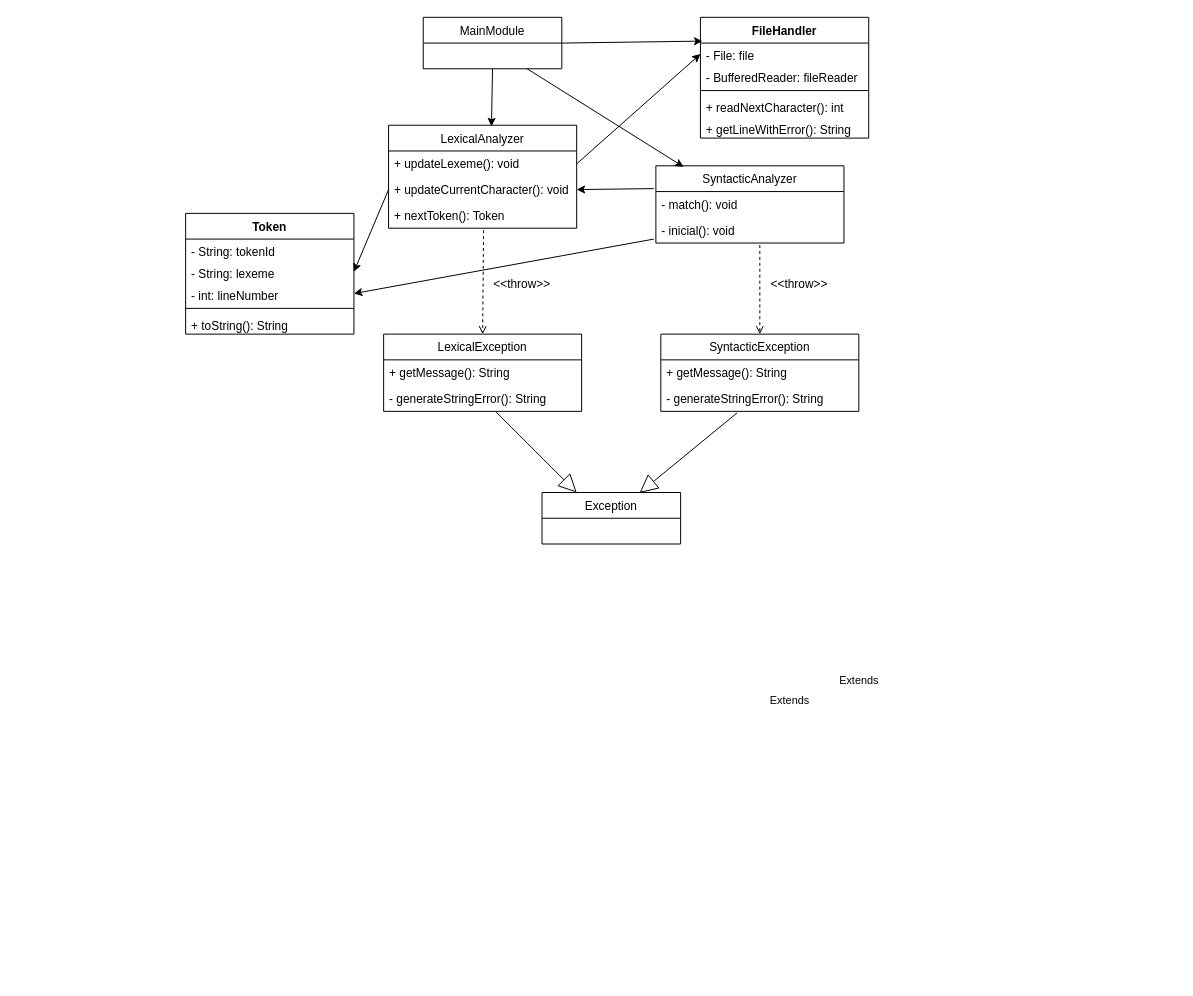
Earlier version of the draw.io diagram CeI - Diagrama de clases etapa 1 .drawio (andresaguilar8/Compilador). Source tidied: cells renumbered, new cells numbered last; positions are measured from the earlier drawing's top-left corner, leaving out a move shared by most shapes. Both pictures are drawn from the tidied source at 99%, with x=0, y=0 at pixel (185, 17).
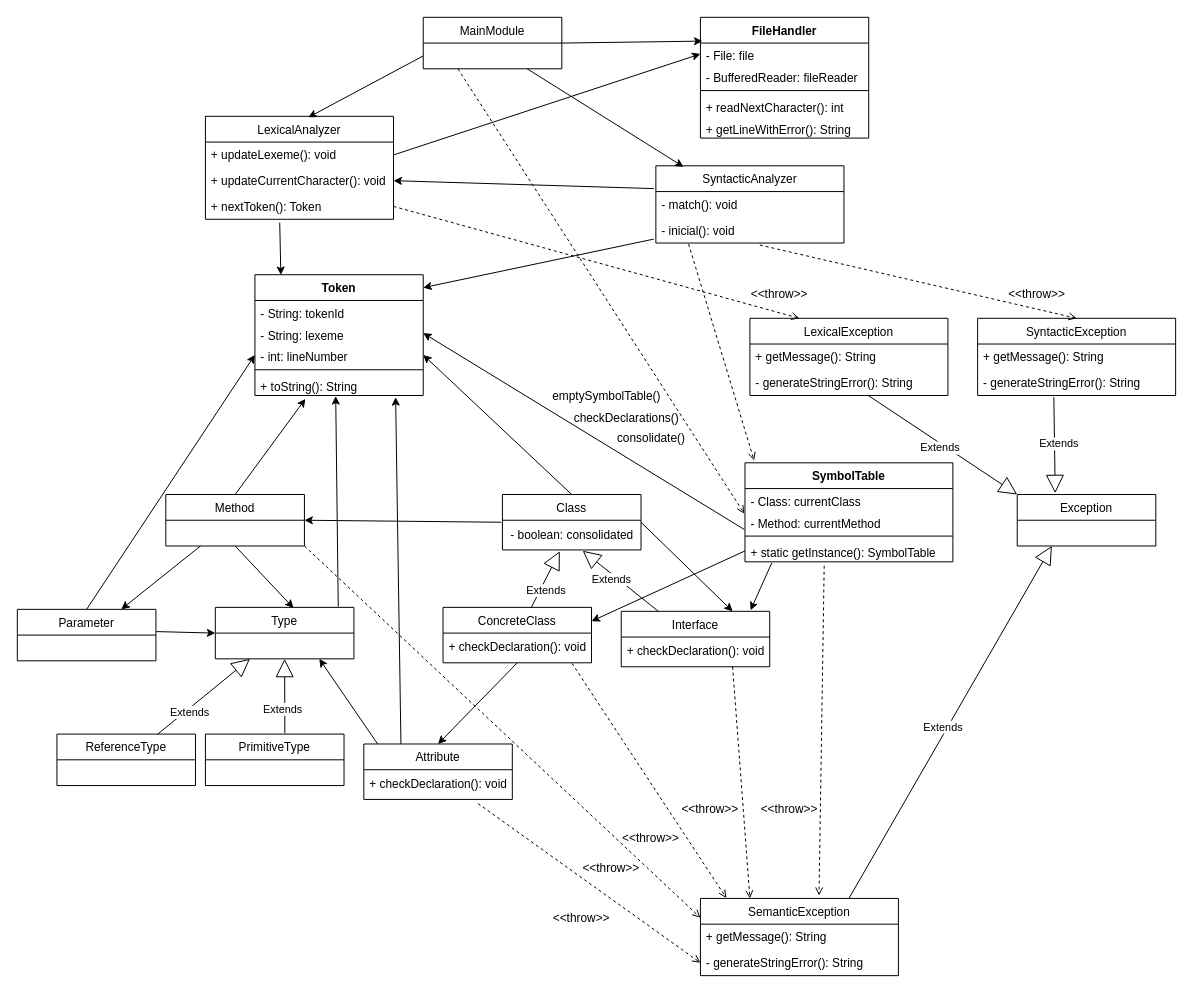
After the change.

The change refers to these unchanged cells:
```xml
<mxCell id="12" value="- String: lexeme" style="text;strokeColor=none;fillColor=none;align=left;verticalAlign=top;spacingLeft=4;spacingRight=4;overflow=hidden;points=[[0,0.5],[1,0.5]];portConstraint=eastwest;" parent="10" vertex="1">
  <mxGeometry y="48" width="170" height="22" as="geometry" />
</mxCell>
<mxCell id="13" value="- int: lineNumber" style="text;strokeColor=none;fillColor=none;align=left;verticalAlign=top;spacingLeft=4;spacingRight=4;overflow=hidden;points=[[0,0.5],[1,0.5]];portConstraint=eastwest;" parent="10" vertex="1">
  <mxGeometry y="70" width="170" height="22" as="geometry" />
</mxCell>
<mxCell id="15" value="+ toString(): String" style="text;strokeColor=none;fillColor=none;align=left;verticalAlign=top;spacingLeft=4;spacingRight=4;overflow=hidden;points=[[0,0.5],[1,0.5]];portConstraint=eastwest;" parent="10" vertex="1">
  <mxGeometry y="100" width="170" height="22" as="geometry" />
</mxCell>
<mxCell id="16" value="MainModule" style="swimlane;fontStyle=0;horizontal=1;startSize=26;fillColor=none;" parent="1" vertex="1">
  <mxGeometry x="240" width="140" height="52" as="geometry" />
</mxCell>
<mxCell id="22" value="- generateStringError(): String" style="text;strokeColor=none;fillColor=none;align=left;verticalAlign=top;spacingLeft=4;spacingRight=4;overflow=hidden;points=[[0,0.5],[1,0.5]];portConstraint=eastwest;" parent="20" vertex="1">
  <mxGeometry y="52" width="200" height="26" as="geometry" />
</mxCell>
<mxCell id="25" value="+ updateCurrentCharacter(): void" style="text;strokeColor=none;fillColor=none;align=left;verticalAlign=top;spacingLeft=4;spacingRight=4;overflow=hidden;points=[[0,0.5],[1,0.5]];portConstraint=eastwest;" parent="23" vertex="1">
  <mxGeometry y="52" width="190" height="26" as="geometry" />
</mxCell>
<mxCell id="26" value="+ nextToken(): Token" style="text;strokeColor=none;fillColor=none;align=left;verticalAlign=top;spacingLeft=4;spacingRight=4;overflow=hidden;points=[[0,0.5],[1,0.5]];portConstraint=eastwest;" parent="23" vertex="1">
  <mxGeometry y="78" width="190" height="26" as="geometry" />
</mxCell>
<mxCell id="31" value="- inicial(): void" style="text;strokeColor=none;fillColor=none;align=left;verticalAlign=top;spacingLeft=4;spacingRight=4;overflow=hidden;points=[[0,0.5],[1,0.5]];portConstraint=eastwest;" parent="29" vertex="1">
  <mxGeometry y="52" width="190" height="26" as="geometry" />
</mxCell>
<mxCell id="36" value="- generateStringError(): String" style="text;strokeColor=none;fillColor=none;align=left;verticalAlign=top;spacingLeft=4;spacingRight=4;overflow=hidden;points=[[0,0.5],[1,0.5]];portConstraint=eastwest;" parent="34" vertex="1">
  <mxGeometry y="52" width="200" height="26" as="geometry" />
</mxCell>
```

The edit, as a diff of the source:
```diff
@@
-    <mxCell id="9" style="endArrow=classic;html=1;rounded=0;exitX=0.5;exitY=1;exitDx=0;exitDy=0;entryX=0.547;entryY=0.01;entryDx=0;entryDy=0;entryPerimeter=0;" parent="1" edge="1" source="16" target="23">
+    <mxCell id="9" style="endArrow=classic;html=1;rounded=0;exitX=0;exitY=0.75;exitDx=0;exitDy=0;entryX=0.547;entryY=0.01;entryDx=0;entryDy=0;entryPerimeter=0;" parent="1" edge="1" source="16" target="23">
       <mxGeometry relative="1" as="geometry" />
     </mxCell>
     <mxCell id="10" value="Token" style="swimlane;fontStyle=1;align=center;verticalAlign=top;horizontal=1;startSize=26;" parent="1" vertex="1">
-      <mxGeometry y="198" width="170" height="122" as="geometry" />
+      <mxGeometry x="70" y="260" width="170" height="122" as="geometry" />
     </mxCell>
@@
     <mxCell id="17" value="Exception" style="swimlane;fontStyle=0;horizontal=1;startSize=26;fillColor=none;" parent="1" vertex="1">
-      <mxGeometry x="360" y="480" width="140" height="52" as="geometry" />
+      <mxGeometry x="840" y="482" width="140" height="52" as="geometry" />
     </mxCell>
-    <mxCell id="18" style="endArrow=open;dashed=1;html=1;entryX=0.5;entryY=0;entryDx=0;entryDy=0;exitX=0.505;exitY=1.077;exitDx=0;exitDy=0;exitPerimeter=0;" parent="1" edge="1" source="26" target="20">
+    <mxCell id="18" style="endArrow=open;dashed=1;html=1;entryX=0.25;entryY=0;entryDx=0;entryDy=0;exitX=1;exitY=0.5;exitDx=0;exitDy=0;" parent="1" edge="1" source="26" target="20">
       <mxGeometry relative="1" as="geometry" />
     </mxCell>
     <mxCell id="19" value="&amp;lt;&amp;lt;throw&amp;gt;&amp;gt;" style="text;html=1;strokeColor=none;fillColor=none;align=center;verticalAlign=middle;whiteSpace=wrap;rounded=0;" parent="1" vertex="1">
-      <mxGeometry x="320" y="260" width="40" height="20" as="geometry" />
+      <mxGeometry x="580" y="270" width="40" height="20" as="geometry" />
     </mxCell>
     <mxCell id="20" value="LexicalException" style="swimlane;fontStyle=0;horizontal=1;startSize=26;fillColor=none;" parent="1" vertex="1">
-      <mxGeometry x="200" y="320" width="200" height="78" as="geometry" />
+      <mxGeometry x="570" y="304" width="200" height="78" as="geometry" />
     </mxCell>
@@
     <mxCell id="23" value="LexicalAnalyzer" style="swimlane;fontStyle=0;horizontal=1;startSize=26;fillColor=none;" parent="1" vertex="1">
-      <mxGeometry x="205" y="109" width="190" height="104" as="geometry" />
+      <mxGeometry x="20" y="100" width="190" height="104" as="geometry" />
     </mxCell>
@@
-    <mxCell id="27" style="endArrow=classic;html=1;rounded=0;exitX=0;exitY=0.5;exitDx=0;exitDy=0;entryX=1;entryY=0.5;entryDx=0;entryDy=0;" parent="1" edge="1" source="25" target="12">
+    <mxCell id="27" style="endArrow=classic;html=1;rounded=0;exitX=0.395;exitY=1.127;exitDx=0;exitDy=0;entryX=0.154;entryY=0.002;entryDx=0;entryDy=0;exitPerimeter=0;entryPerimeter=0;" parent="1" edge="1" source="26" target="10">
       <mxGeometry relative="1" as="geometry" />
     </mxCell>
@@
     <mxCell id="34" value="SyntacticException" style="swimlane;fontStyle=0;horizontal=1;startSize=26;fillColor=none;" parent="1" vertex="1">
-      <mxGeometry x="480" y="320" width="200" height="78" as="geometry" />
+      <mxGeometry x="800" y="304" width="200" height="78" as="geometry" />
     </mxCell>
@@
     <mxCell id="37" value="&amp;lt;&amp;lt;throw&amp;gt;&amp;gt;" style="text;html=1;strokeColor=none;fillColor=none;align=center;verticalAlign=middle;whiteSpace=wrap;rounded=0;" parent="1" vertex="1">
-      <mxGeometry x="600" y="260" width="40" height="20" as="geometry" />
+      <mxGeometry x="840" y="270" width="40" height="20" as="geometry" />
     </mxCell>
-    <mxCell id="38" value="Extends" style="endArrow=block;endSize=16;endFill=0;html=1;exitX=0.385;exitY=1.062;exitDx=0;exitDy=0;exitPerimeter=0;entryX=0.704;entryY=0.007;entryDx=0;entryDy=0;entryPerimeter=0;" parent="1" edge="1" source="36" target="17">
-      <mxGeometry x="1" y="259" relative="1" as="geometry">
-        <mxPoint x="-13" y="10" as="offset" />
-      </mxGeometry>
+    <mxCell id="38" value="Extends" style="endArrow=block;endSize=16;endFill=0;html=1;exitX=0.385;exitY=1.062;exitDx=0;exitDy=0;exitPerimeter=0;entryX=0.274;entryY=-0.026;entryDx=0;entryDy=0;entryPerimeter=0;" parent="1" edge="1" source="36" target="17">
+      <mxGeometry x="-0.04" y="4" relative="1" as="geometry" />
     </mxCell>
-    <mxCell id="39" value="Extends" style="endArrow=block;endSize=16;endFill=0;html=1;entryX=0.25;entryY=0;entryDx=0;entryDy=0;" parent="1" edge="1" source="22" target="17">
-      <mxGeometry x="1" y="343" relative="1" as="geometry">
-        <mxPoint x="42" y="433" as="offset" />
-      </mxGeometry>
+    <mxCell id="39" value="Extends" style="endArrow=block;endSize=16;endFill=0;html=1;entryX=0;entryY=0;entryDx=0;entryDy=0;" parent="1" edge="1" source="22" target="17">
+      <mxGeometry y="-4" relative="1" as="geometry" />
     </mxCell>
@@
-    <mxCell id="41" style="endArrow=classic;html=1;rounded=0;exitX=-0.011;exitY=0.846;exitDx=0;exitDy=0;exitPerimeter=0;entryX=1;entryY=0.5;entryDx=0;entryDy=0;" parent="1" edge="1" source="31" target="13">
+    <mxCell id="41" style="endArrow=classic;html=1;rounded=0;exitX=-0.011;exitY=0.846;exitDx=0;exitDy=0;exitPerimeter=0;entryX=1;entryY=0.107;entryDx=0;entryDy=0;entryPerimeter=0;" parent="1" edge="1" source="31" target="10">
       <mxGeometry relative="1" as="geometry" />
     </mxCell>
+    <mxCell id="42" value="Attribute" style="swimlane;fontStyle=0;horizontal=1;startSize=26;fillColor=none;" parent="1" vertex="1">
+      <mxGeometry x="180" y="734" width="150" height="56" as="geometry" />
+    </mxCell>
+    <mxCell id="43" value="+ checkDeclaration(): void" style="text;html=1;align=center;verticalAlign=middle;points=[];strokeColor=none;fillColor=none;" parent="42" vertex="1">
+      <mxGeometry y="26" width="150" height="30" as="geometry" />
+    </mxCell>
+    <mxCell id="44" value="ConcreteClass" style="swimlane;fontStyle=0;horizontal=1;startSize=26;fillColor=none;" parent="1" vertex="1">
+      <mxGeometry x="260" y="596" width="150" height="56" as="geometry" />
+    </mxCell>
+    <mxCell id="45" value="+ checkDeclaration(): void" style="text;html=1;align=center;verticalAlign=middle;points=[];strokeColor=none;fillColor=none;" parent="44" vertex="1">
+      <mxGeometry y="26" width="150" height="30" as="geometry" />
+    </mxCell>
+    <mxCell id="46" value="Interface" style="swimlane;fontStyle=0;horizontal=1;startSize=26;fillColor=none;" parent="1" vertex="1">
+      <mxGeometry x="440" y="600" width="150" height="56" as="geometry" />
+    </mxCell>
+    <mxCell id="47" value="+ checkDeclaration(): void" style="text;html=1;align=center;verticalAlign=middle;strokeColor=none;fillColor=none;" parent="46" vertex="1">
+      <mxGeometry y="26" width="150" height="30" as="geometry" />
+    </mxCell>
+    <mxCell id="48" value="Class" style="swimlane;fontStyle=0;horizontal=1;startSize=26;fillColor=none;" parent="1" vertex="1">
+      <mxGeometry x="320" y="482" width="140" height="56" as="geometry" />
+    </mxCell>
+    <mxCell id="49" value="- boolean: consolidated" style="text;html=1;align=center;verticalAlign=middle;points=[];strokeColor=none;fillColor=none;" parent="48" vertex="1">
+      <mxGeometry y="26" width="140" height="30" as="geometry" />
+    </mxCell>
+    <mxCell id="50" value="Extends" style="endArrow=block;endSize=16;endFill=0;html=1;entryX=0.414;entryY=1.043;entryDx=0;entryDy=0;entryPerimeter=0;" parent="1" edge="1" source="44" target="49">
+      <mxGeometry x="-0.31" y="-5" relative="1" as="geometry" />
+    </mxCell>
+    <mxCell id="51" value="Extends" style="endArrow=block;endSize=16;endFill=0;html=1;exitX=0.25;exitY=0;exitDx=0;exitDy=0;entryX=0.579;entryY=1.027;entryDx=0;entryDy=0;entryPerimeter=0;" parent="1" edge="1" source="46" target="49">
+      <mxGeometry x="0.16" y="5" relative="1" as="geometry" />
+    </mxCell>
+    <mxCell id="52" value="Parameter" style="swimlane;fontStyle=0;horizontal=1;startSize=26;fillColor=none;" parent="1" vertex="1">
+      <mxGeometry x="-170" y="598" width="140" height="52" as="geometry" />
+    </mxCell>
+    <mxCell id="53" value="ReferenceType" style="swimlane;fontStyle=0;horizontal=1;startSize=26;fillColor=none;" parent="1" vertex="1">
+      <mxGeometry x="-130" y="724" width="140" height="52" as="geometry" />
+    </mxCell>
+    <mxCell id="54" value="PrimitiveType" style="swimlane;fontStyle=0;horizontal=1;startSize=26;fillColor=none;" parent="1" vertex="1">
+      <mxGeometry x="20" y="724" width="140" height="52" as="geometry" />
+    </mxCell>
+    <mxCell id="55" value="Type" style="swimlane;fontStyle=0;horizontal=1;startSize=26;fillColor=none;" parent="1" vertex="1">
+      <mxGeometry x="30" y="596" width="140" height="52" as="geometry" />
+    </mxCell>
+    <mxCell id="56" value="Extends" style="endArrow=block;endSize=16;endFill=0;html=1;entryX=0.25;entryY=1;entryDx=0;entryDy=0;" parent="1" edge="1" source="53" target="55">
+      <mxGeometry x="-0.35" y="-3" relative="1" as="geometry" />
+    </mxCell>
+    <mxCell id="57" value="Extends" style="endArrow=block;endSize=16;endFill=0;html=1;exitX=0.573;exitY=-0.022;exitDx=0;exitDy=0;entryX=0.5;entryY=1;entryDx=0;entryDy=0;exitPerimeter=0;" parent="1" edge="1" source="54" target="55">
+      <mxGeometry x="-0.36" y="2" relative="1" as="geometry" />
+    </mxCell>
+    <mxCell id="58" style="endArrow=classic;html=1;rounded=0;exitX=-0.008;exitY=0.067;exitDx=0;exitDy=0;exitPerimeter=0;entryX=1;entryY=0.5;entryDx=0;entryDy=0;" parent="1" edge="1" source="49" target="61">
+      <mxGeometry relative="1" as="geometry" />
+    </mxCell>
+    <mxCell id="59" style="endArrow=classic;html=1;rounded=0;entryX=0.5;entryY=0;entryDx=0;entryDy=0;exitX=0.5;exitY=1;exitDx=0;exitDy=0;" parent="1" edge="1" source="44" target="42">
+      <mxGeometry relative="1" as="geometry" />
+    </mxCell>
+    <mxCell id="60" style="endArrow=classic;html=1;rounded=0;entryX=0.75;entryY=0;entryDx=0;entryDy=0;exitX=1;exitY=0.5;exitDx=0;exitDy=0;" parent="1" edge="1" source="48" target="46">
+      <mxGeometry relative="1" as="geometry" />
+    </mxCell>
+    <mxCell id="61" value="Method" style="swimlane;fontStyle=0;horizontal=1;startSize=26;fillColor=none;" parent="1" vertex="1">
+      <mxGeometry x="-20" y="482" width="140" height="52" as="geometry" />
+    </mxCell>
+    <mxCell id="62" style="endArrow=classic;html=1;rounded=0;exitX=-0.003;exitY=0.879;exitDx=0;exitDy=0;entryX=1;entryY=0.5;entryDx=0;entryDy=0;exitPerimeter=0;" parent="1" edge="1" source="78" target="12">
+      <mxGeometry relative="1" as="geometry" />
+    </mxCell>
+    <mxCell id="63" style="endArrow=classic;html=1;rounded=0;exitX=0.5;exitY=0;exitDx=0;exitDy=0;entryX=0.3;entryY=1.156;entryDx=0;entryDy=0;entryPerimeter=0;" parent="1" edge="1" source="61" target="15">
+      <mxGeometry relative="1" as="geometry" />
+    </mxCell>
+    <mxCell id="64" value="SemanticException" style="swimlane;fontStyle=0;horizontal=1;startSize=26;fillColor=none;" parent="1" vertex="1">
+      <mxGeometry x="520" y="890" width="200" height="78" as="geometry" />
+    </mxCell>
+    <mxCell id="65" value="+ getMessage(): String" style="text;strokeColor=none;fillColor=none;align=left;verticalAlign=top;spacingLeft=4;spacingRight=4;overflow=hidden;" parent="64" vertex="1">
+      <mxGeometry y="26" width="200" height="26" as="geometry" />
+    </mxCell>
+    <mxCell id="66" value="- generateStringError(): String" style="text;strokeColor=none;fillColor=none;align=left;verticalAlign=top;spacingLeft=4;spacingRight=4;overflow=hidden;points=[[0,0.5],[1,0.5]];portConstraint=eastwest;" parent="64" vertex="1">
+      <mxGeometry y="52" width="200" height="26" as="geometry" />
+    </mxCell>
+    <mxCell id="67" style="endArrow=classic;html=1;rounded=0;exitX=0.5;exitY=1;exitDx=0;exitDy=0;entryX=0.564;entryY=0.012;entryDx=0;entryDy=0;entryPerimeter=0;" parent="1" edge="1" source="61" target="55">
+      <mxGeometry relative="1" as="geometry" />
+    </mxCell>
+    <mxCell id="68" style="endArrow=classic;html=1;rounded=0;exitX=0.25;exitY=1;exitDx=0;exitDy=0;entryX=0.75;entryY=0;entryDx=0;entryDy=0;" parent="1" edge="1" source="61" target="52">
+      <mxGeometry relative="1" as="geometry" />
+    </mxCell>
+    <mxCell id="69" style="endArrow=classic;html=1;rounded=0;exitX=0.5;exitY=0;exitDx=0;exitDy=0;entryX=0;entryY=0.5;entryDx=0;entryDy=0;" parent="1" edge="1" source="52" target="13">
+      <mxGeometry relative="1" as="geometry" />
+    </mxCell>
+    <mxCell id="70" style="endArrow=classic;html=1;rounded=0;exitX=1.003;exitY=0.432;exitDx=0;exitDy=0;entryX=0;entryY=0.5;entryDx=0;entryDy=0;exitPerimeter=0;" parent="1" edge="1" source="52" target="55">
+      <mxGeometry relative="1" as="geometry" />
+    </mxCell>
+    <mxCell id="71" value="Extends" style="endArrow=block;endSize=16;endFill=0;html=1;exitX=0.75;exitY=0;exitDx=0;exitDy=0;entryX=0.25;entryY=1;entryDx=0;entryDy=0;" parent="1" edge="1" source="64" target="17">
+      <mxGeometry x="-0.04" y="4" relative="1" as="geometry" />
+    </mxCell>
+    <mxCell id="72" style="endArrow=classic;html=1;rounded=0;exitX=0.25;exitY=0;exitDx=0;exitDy=0;entryX=0.836;entryY=1.08;entryDx=0;entryDy=0;entryPerimeter=0;" parent="1" edge="1" source="42" target="15">
+      <mxGeometry relative="1" as="geometry" />
+    </mxCell>
+    <mxCell id="73" style="endArrow=classic;html=1;rounded=0;exitX=0.093;exitY=0;exitDx=0;exitDy=0;exitPerimeter=0;entryX=0.75;entryY=1;entryDx=0;entryDy=0;" parent="1" edge="1" source="42" target="55">
+      <mxGeometry relative="1" as="geometry" />
+    </mxCell>
+    <mxCell id="74" style="endArrow=classic;html=1;rounded=0;entryX=1;entryY=0.25;entryDx=0;entryDy=0;exitX=0;exitY=0.5;exitDx=0;exitDy=0;" parent="1" edge="1" source="80" target="44">
+      <mxGeometry relative="1" as="geometry" />
+    </mxCell>
+    <mxCell id="75" style="endArrow=classic;html=1;rounded=0;entryX=0.871;entryY=-0.019;entryDx=0;entryDy=0;exitX=0.129;exitY=1.045;exitDx=0;exitDy=0;exitPerimeter=0;entryPerimeter=0;" parent="1" edge="1" source="80" target="46">
+      <mxGeometry relative="1" as="geometry" />
+    </mxCell>
+    <mxCell id="76" value="SymbolTable" style="swimlane;fontStyle=1;align=center;verticalAlign=top;horizontal=1;startSize=26;" parent="1" vertex="1">
+      <mxGeometry x="565" y="450" width="210" height="100" as="geometry" />
+    </mxCell>
+    <mxCell id="77" value="- Class: currentClass" style="text;strokeColor=none;fillColor=none;align=left;verticalAlign=top;spacingLeft=4;spacingRight=4;overflow=hidden;points=[[0,0.5],[1,0.5]];portConstraint=eastwest;" parent="76" vertex="1">
+      <mxGeometry y="26" width="210" height="22" as="geometry" />
+    </mxCell>
+    <mxCell id="78" value="- Method: currentMethod" style="text;strokeColor=none;fillColor=none;align=left;verticalAlign=top;spacingLeft=4;spacingRight=4;overflow=hidden;points=[[0,0.5],[1,0.5]];portConstraint=eastwest;" parent="76" vertex="1">
+      <mxGeometry y="48" width="210" height="22" as="geometry" />
+    </mxCell>
+    <mxCell id="79" style="line;strokeWidth=1;fillColor=none;align=left;verticalAlign=middle;spacingTop=-1;spacingLeft=3;spacingRight=3;labelPosition=right;" parent="76" vertex="1">
+      <mxGeometry y="70" width="210" height="8" as="geometry" />
+    </mxCell>
+    <mxCell id="80" value="+ static getInstance(): SymbolTable" style="text;strokeColor=none;fillColor=none;align=left;verticalAlign=top;spacingLeft=4;spacingRight=4;overflow=hidden;points=[[0,0.5],[1,0.5]];portConstraint=eastwest;" parent="76" vertex="1">
+      <mxGeometry y="78" width="210" height="22" as="geometry" />
+    </mxCell>
+    <mxCell id="81" value="&amp;lt;&amp;lt;throw&amp;gt;&amp;gt;" style="text;html=1;strokeColor=none;fillColor=none;align=center;verticalAlign=middle;whiteSpace=wrap;rounded=0;" parent="1" vertex="1">
+      <mxGeometry x="590" y="790" width="40" height="20" as="geometry" />
+    </mxCell>
+    <mxCell id="82" style="endArrow=open;dashed=1;html=1;entryX=0.599;entryY=-0.038;entryDx=0;entryDy=0;exitX=0.381;exitY=1.182;exitDx=0;exitDy=0;exitPerimeter=0;entryPerimeter=0;" parent="1" edge="1" source="80" target="64">
+      <mxGeometry relative="1" as="geometry" />
+    </mxCell>
+    <mxCell id="83" value="&amp;lt;&amp;lt;throw&amp;gt;&amp;gt;" style="text;html=1;strokeColor=none;fillColor=none;align=center;verticalAlign=middle;whiteSpace=wrap;rounded=0;" parent="1" vertex="1">
+      <mxGeometry x="380" y="900" width="40" height="20" as="geometry" />
+    </mxCell>
+    <mxCell id="84" style="endArrow=open;dashed=1;html=1;entryX=0;entryY=0.5;entryDx=0;entryDy=0;exitX=0.769;exitY=1.139;exitDx=0;exitDy=0;exitPerimeter=0;" parent="1" edge="1" source="43" target="66">
+      <mxGeometry relative="1" as="geometry" />
+    </mxCell>
+    <mxCell id="85" value="&amp;lt;&amp;lt;throw&amp;gt;&amp;gt;" style="text;html=1;strokeColor=none;fillColor=none;align=center;verticalAlign=middle;whiteSpace=wrap;rounded=0;" parent="1" vertex="1">
+      <mxGeometry x="410" y="850" width="40" height="20" as="geometry" />
+    </mxCell>
+    <mxCell id="86" style="endArrow=open;dashed=1;html=1;entryX=0.131;entryY=-0.005;entryDx=0;entryDy=0;exitX=0.869;exitY=1.02;exitDx=0;exitDy=0;exitPerimeter=0;entryPerimeter=0;" parent="1" edge="1" source="45" target="64">
+      <mxGeometry relative="1" as="geometry" />
+    </mxCell>
+    <mxCell id="87" style="endArrow=open;dashed=1;html=1;entryX=0.25;entryY=0;entryDx=0;entryDy=0;exitX=0.75;exitY=1;exitDx=0;exitDy=0;" parent="1" edge="1" source="46" target="64">
+      <mxGeometry relative="1" as="geometry" />
+    </mxCell>
+    <mxCell id="88" value="&amp;lt;&amp;lt;throw&amp;gt;&amp;gt;" style="text;html=1;strokeColor=none;fillColor=none;align=center;verticalAlign=middle;whiteSpace=wrap;rounded=0;" parent="1" vertex="1">
+      <mxGeometry x="450" y="820" width="40" height="20" as="geometry" />
+    </mxCell>
+    <mxCell id="89" style="endArrow=open;dashed=1;html=1;entryX=0;entryY=0.25;entryDx=0;entryDy=0;exitX=1;exitY=1;exitDx=0;exitDy=0;" parent="1" edge="1" source="61" target="64">
+      <mxGeometry relative="1" as="geometry" />
+    </mxCell>
+    <mxCell id="90" value="&amp;lt;&amp;lt;throw&amp;gt;&amp;gt;" style="text;html=1;strokeColor=none;fillColor=none;align=center;verticalAlign=middle;whiteSpace=wrap;rounded=0;" parent="1" vertex="1">
+      <mxGeometry x="510" y="790" width="40" height="20" as="geometry" />
+    </mxCell>
+    <mxCell id="91" style="endArrow=classic;html=1;rounded=0;exitX=0.5;exitY=0;exitDx=0;exitDy=0;entryX=1;entryY=0.5;entryDx=0;entryDy=0;" parent="1" edge="1" source="48" target="13">
+      <mxGeometry relative="1" as="geometry" />
+    </mxCell>
+    <mxCell id="92" style="endArrow=open;dashed=1;html=1;entryX=-0.003;entryY=1.155;entryDx=0;entryDy=0;exitX=0.25;exitY=1;exitDx=0;exitDy=0;entryPerimeter=0;" parent="1" edge="1" source="16" target="77">
+      <mxGeometry relative="1" as="geometry" />
+    </mxCell>
+    <mxCell id="93" value="checkDeclarations()" style="text;html=1;align=center;verticalAlign=middle;strokeColor=none;fillColor=none;" parent="1" vertex="1">
+      <mxGeometry x="380" y="390" width="130" height="30" as="geometry" />
+    </mxCell>
+    <mxCell id="94" value="consolidate()" style="text;html=1;align=center;verticalAlign=middle;strokeColor=none;fillColor=none;" parent="1" vertex="1">
+      <mxGeometry x="425" y="410" width="90" height="30" as="geometry" />
+    </mxCell>
+    <mxCell id="95" value="emptySymbolTable()" style="text;html=1;align=center;verticalAlign=middle;strokeColor=none;fillColor=none;" parent="1" vertex="1">
+      <mxGeometry x="360" y="368" width="130" height="30" as="geometry" />
+    </mxCell>
+    <mxCell id="96" style="endArrow=classic;html=1;rounded=0;exitX=0.887;exitY=-0.016;exitDx=0;exitDy=0;exitPerimeter=0;entryX=0.48;entryY=1.03;entryDx=0;entryDy=0;entryPerimeter=0;" parent="1" edge="1" source="55" target="15">
+      <mxGeometry relative="1" as="geometry" />
+    </mxCell>
+    <mxCell id="97" style="endArrow=open;dashed=1;html=1;entryX=0.044;entryY=-0.024;entryDx=0;entryDy=0;exitX=0.174;exitY=1.038;exitDx=0;exitDy=0;entryPerimeter=0;exitPerimeter=0;" parent="1" edge="1" source="31" target="76">
+      <mxGeometry relative="1" as="geometry" />
+    </mxCell>
```
